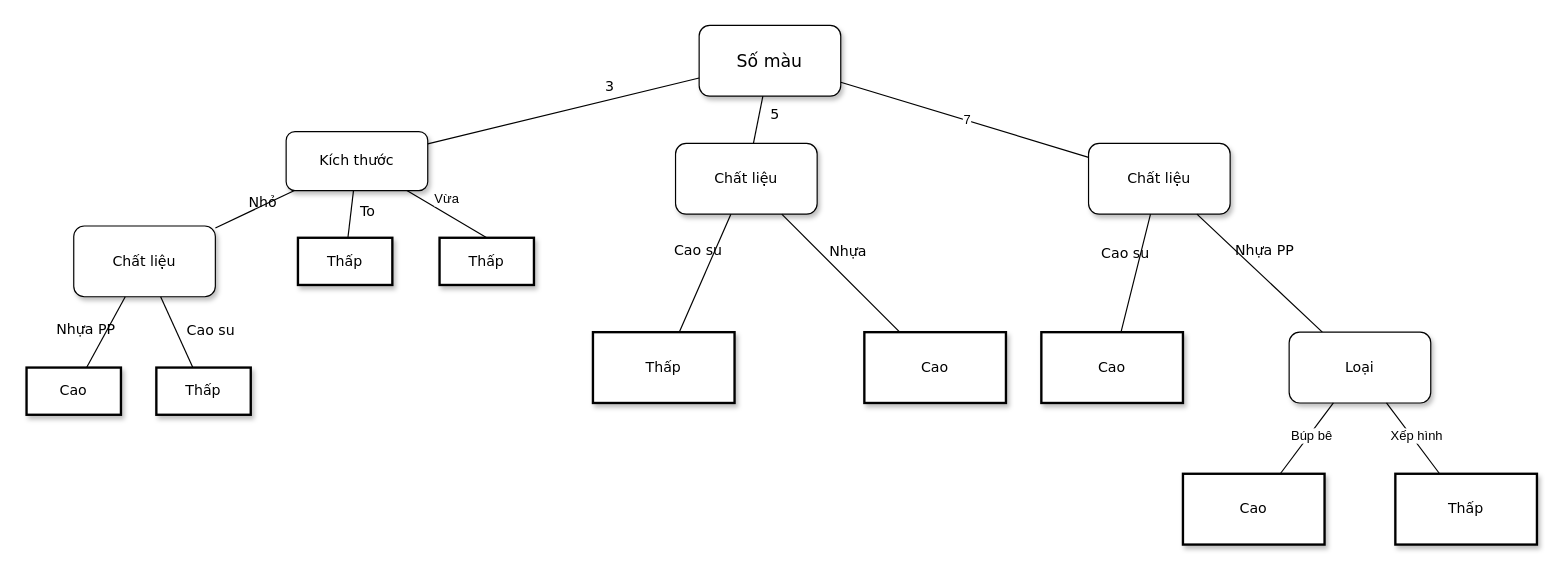
Above: Biểu đồ không có tiêu đề.drawio in nguyenlz/draw (draw.io), before the change. Source tidied: cells renumbered, new cells numbered last; positions are measured from the earlier drawing's top-left corner, leaving out a move shared by most shapes. Both pictures are drawn from the tidied source at 118%, with x=0, y=0 at pixel (26, 25).
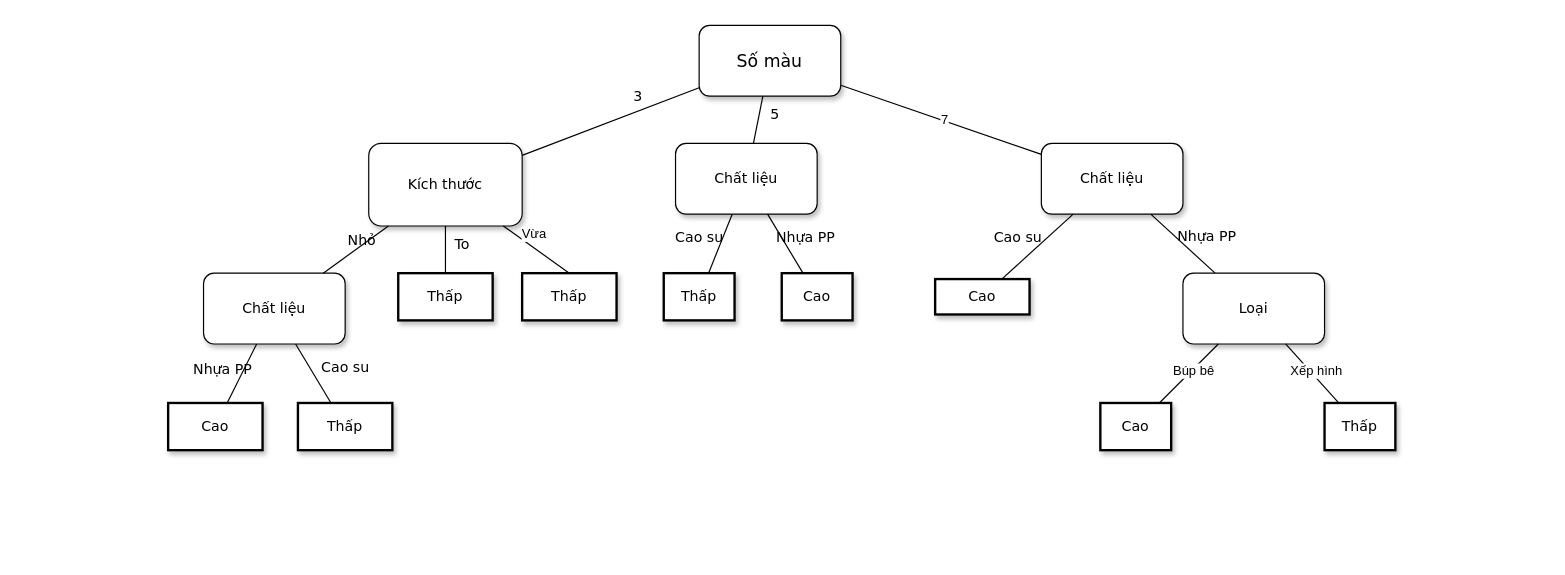
Above is the later version.

Commit message:
Cập nhật Biểu đồ không có tiêu đề.drawio

Unchanged cells that the change refers to:
```xml
<mxCell id="4" value="&lt;span&gt;Chất liệu&lt;/span&gt;" style="whiteSpace=wrap;html=1;rounded=1;shadow=1;labelBackgroundColor=none;strokeWidth=1;fontFamily=Verdana;fontSize=12;align=center;" parent="1" vertex="1">
  <mxGeometry x="550" y="100" width="120" height="60" as="geometry" />
</mxCell>
```

The edit, as a diff of the source:
```diff
@@
     <mxCell id="3" value="Kích thước" style="whiteSpace=wrap;html=1;rounded=1;shadow=1;labelBackgroundColor=none;strokeWidth=1;fontFamily=Verdana;fontSize=12;align=center;" parent="1" vertex="1">
-      <mxGeometry x="220" y="90" width="120" height="50" as="geometry" />
+      <mxGeometry x="290" y="100" width="130" height="70" as="geometry" />
     </mxCell>
@@
     <mxCell id="7" value="&lt;span&gt;Chất liệu&lt;/span&gt;" style="whiteSpace=wrap;html=1;rounded=1;shadow=1;labelBackgroundColor=none;strokeWidth=1;fontFamily=Verdana;fontSize=12;align=center;" parent="1" vertex="1">
-      <mxGeometry x="40" y="170" width="120" height="60" as="geometry" />
+      <mxGeometry x="150" y="210" width="120" height="60" as="geometry" />
     </mxCell>
     <mxCell id="8" value="&lt;span&gt;Thấp&lt;/span&gt;" style="whiteSpace=wrap;html=1;rounded=0;shadow=1;labelBackgroundColor=none;strokeWidth=2;fontFamily=Verdana;fontSize=12;align=center;" parent="1" vertex="1">
-      <mxGeometry x="480" y="260" width="120" height="60" as="geometry" />
+      <mxGeometry x="540" y="210" width="60" height="40" as="geometry" />
     </mxCell>
     <mxCell id="9" value="&lt;span&gt;Cao&lt;/span&gt;" style="whiteSpace=wrap;html=1;rounded=0;shadow=1;labelBackgroundColor=none;strokeWidth=2;fontFamily=Verdana;fontSize=12;align=center;" parent="1" vertex="1">
-      <mxGeometry x="710" y="260" width="120" height="60" as="geometry" />
+      <mxGeometry x="640" y="210" width="60" height="40" as="geometry" />
     </mxCell>
@@
     <mxCell id="12" value="Cao su" style="rounded=0;html=1;labelBackgroundColor=none;startArrow=none;startFill=0;startSize=5;endArrow=none;endFill=0;endSize=5;jettySize=auto;strokeWidth=1;fontFamily=Verdana;fontSize=12;" parent="1" edge="1" source="4" target="8">
-      <mxGeometry x="-0.26" y="-13" relative="1" as="geometry" />
+      <mxGeometry x="0.08" y="-19" relative="1" as="geometry" />
     </mxCell>
-    <mxCell id="13" value="Nhựa" style="rounded=0;html=1;labelBackgroundColor=none;startArrow=none;startFill=0;startSize=5;endArrow=none;endFill=0;endSize=5;jettySize=auto;strokeWidth=1;fontFamily=Verdana;fontSize=12;" parent="1" edge="1" source="4" target="9">
-      <mxGeometry x="-0.13" y="17" relative="1" as="geometry" />
+    <mxCell id="13" value="Nhựa PP" style="rounded=0;html=1;labelBackgroundColor=none;startArrow=none;startFill=0;startSize=5;endArrow=none;endFill=0;endSize=5;jettySize=auto;strokeWidth=1;fontFamily=Verdana;fontSize=12;" parent="1" edge="1" source="4" target="9">
+      <mxGeometry x="0.15" y="17" relative="1" as="geometry" />
     </mxCell>
@@
     <mxCell id="16" value="&lt;span&gt;Thấp&lt;/span&gt;" style="whiteSpace=wrap;html=1;rounded=0;shadow=1;labelBackgroundColor=none;strokeWidth=2;fontFamily=Verdana;fontSize=12;align=center;" parent="1" vertex="1">
-      <mxGeometry x="110" y="290" width="80" height="40" as="geometry" />
+      <mxGeometry x="230" y="320" width="80" height="40" as="geometry" />
     </mxCell>
     <mxCell id="17" value="&lt;span&gt;Cao&lt;/span&gt;" style="whiteSpace=wrap;html=1;rounded=0;shadow=1;labelBackgroundColor=none;strokeWidth=2;fontFamily=Verdana;fontSize=12;align=center;" parent="1" vertex="1">
-      <mxGeometry y="290" width="80" height="40" as="geometry" />
+      <mxGeometry x="120" y="320" width="80" height="40" as="geometry" />
     </mxCell>
     <mxCell id="18" value="&lt;span&gt;Chất liệu&lt;/span&gt;" style="whiteSpace=wrap;html=1;rounded=1;shadow=1;labelBackgroundColor=none;strokeWidth=1;fontFamily=Verdana;fontSize=12;align=center;" parent="1" vertex="1">
-      <mxGeometry x="900" y="100" width="120" height="60" as="geometry" />
+      <mxGeometry x="860" y="100" width="120" height="60" as="geometry" />
     </mxCell>
     <mxCell id="19" value="&lt;span&gt;Cao&lt;/span&gt;" style="whiteSpace=wrap;html=1;rounded=0;shadow=1;labelBackgroundColor=none;strokeWidth=2;fontFamily=Verdana;fontSize=12;align=center;" parent="1" vertex="1">
-      <mxGeometry x="860" y="260" width="120" height="60" as="geometry" />
+      <mxGeometry x="770" y="215" width="80" height="30" as="geometry" />
     </mxCell>
     <mxCell id="20" value="Cao su" style="rounded=0;html=1;labelBackgroundColor=none;startArrow=none;startFill=0;startSize=5;endArrow=none;endFill=0;endSize=5;jettySize=auto;strokeWidth=1;fontFamily=Verdana;fontSize=12;" parent="1" edge="1" source="18" target="19">
-      <mxGeometry x="-0.26" y="-13" relative="1" as="geometry" />
+      <mxGeometry x="0.18" y="-17" relative="1" as="geometry" />
     </mxCell>
     <mxCell id="21" value="Nhựa PP" style="rounded=0;html=1;labelBackgroundColor=none;startArrow=none;startFill=0;startSize=5;endArrow=none;endFill=0;endSize=5;jettySize=auto;strokeWidth=1;fontFamily=Verdana;fontSize=12;" parent="1" edge="1" source="18" target="28">
-      <mxGeometry x="-0.13" y="17" relative="1" as="geometry" />
+      <mxGeometry x="0.31" y="17" relative="1" as="geometry">
+        <mxPoint y="-1" as="offset" />
+      </mxGeometry>
     </mxCell>
@@
     <mxCell id="26" value="&lt;span&gt;Thấp&lt;/span&gt;" style="whiteSpace=wrap;html=1;rounded=0;shadow=1;labelBackgroundColor=none;strokeWidth=2;fontFamily=Verdana;fontSize=12;align=center;" parent="1" vertex="1">
-      <mxGeometry x="230" y="180" width="80" height="40" as="geometry" />
+      <mxGeometry x="315" y="210" width="80" height="40" as="geometry" />
     </mxCell>
     <mxCell id="27" value="&lt;span&gt;Thấp&lt;/span&gt;" style="whiteSpace=wrap;html=1;rounded=0;shadow=1;labelBackgroundColor=none;strokeWidth=2;fontFamily=Verdana;fontSize=12;align=center;" parent="1" vertex="1">
-      <mxGeometry x="350" y="180" width="80" height="40" as="geometry" />
+      <mxGeometry x="420" y="210" width="80" height="40" as="geometry" />
     </mxCell>
     <mxCell id="28" value="&lt;span&gt;Loại&lt;/span&gt;" style="whiteSpace=wrap;html=1;rounded=1;shadow=1;labelBackgroundColor=none;strokeWidth=1;fontFamily=Verdana;fontSize=12;align=center;" parent="1" vertex="1">
-      <mxGeometry x="1070" y="260" width="120" height="60" as="geometry" />
+      <mxGeometry x="980" y="210" width="120" height="60" as="geometry" />
     </mxCell>
     <mxCell id="29" value="&lt;span&gt;Cao&lt;/span&gt;" style="whiteSpace=wrap;html=1;rounded=0;shadow=1;labelBackgroundColor=none;strokeWidth=2;fontFamily=Verdana;fontSize=12;align=center;" parent="1" vertex="1">
-      <mxGeometry x="980" y="380" width="120" height="60" as="geometry" />
+      <mxGeometry x="910" y="320" width="60" height="40" as="geometry" />
     </mxCell>
@@
     <mxCell id="32" value="&lt;span&gt;Thấp&lt;/span&gt;" style="whiteSpace=wrap;html=1;rounded=0;shadow=1;labelBackgroundColor=none;strokeWidth=2;fontFamily=Verdana;fontSize=12;align=center;" parent="1" vertex="1">
-      <mxGeometry x="1160" y="380" width="120" height="60" as="geometry" />
+      <mxGeometry x="1100" y="320" width="60" height="40" as="geometry" />
     </mxCell>
```
